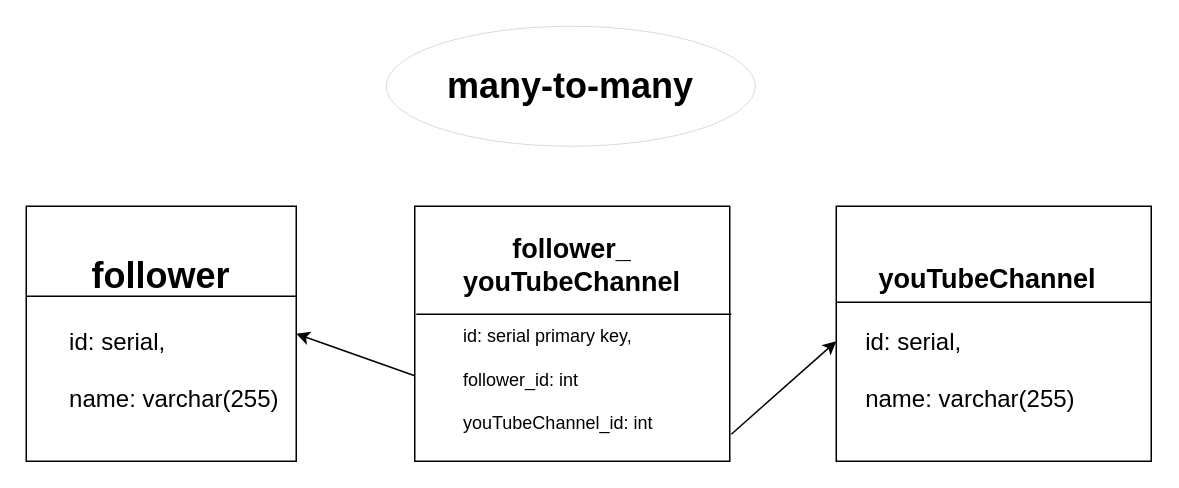
voldomarich/job4j_design keeps this draw.io diagram as data/Untitled Diagram.drawio. Above is the earlier version. Source tidied: cells renumbered, new cells numbered last; positions are measured from the earlier drawing's top-left corner, leaving out a move shared by most shapes. Both pictures are drawn from the tidied source at 150%, with x=0, y=0 at pixel (26, 26).
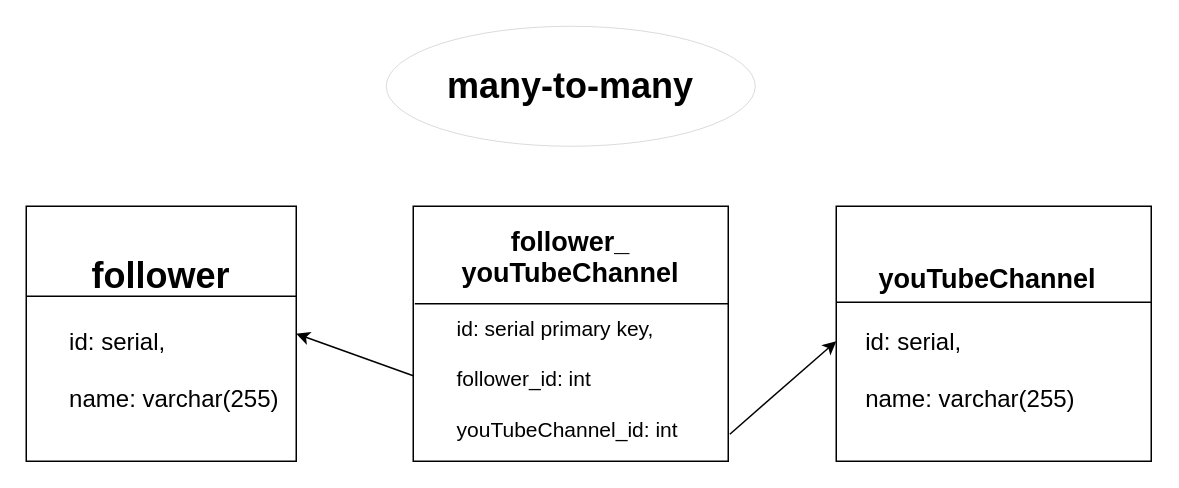
After the change.

The edit, as a diff of the source:
```diff
@@
 <mxGraphModel>
   <root>
     <mxCell id="0" />
     <mxCell id="1" parent="0" />
     <mxCell id="2" value="&lt;div style=&quot;text-align: center;&quot;&gt;&lt;font style=&quot;&quot;&gt;&lt;b style=&quot;&quot;&gt;&lt;span style=&quot;font-size: 24px;&quot;&gt;&amp;nbsp; &amp;nbsp;&amp;nbsp;&lt;/span&gt;&lt;font style=&quot;font-size: 18px;&quot;&gt;youTubeChannel&lt;/font&gt;&lt;/b&gt;&lt;/font&gt;&lt;/div&gt;&lt;div&gt;&lt;font size=&quot;3&quot;&gt;&lt;br&gt;&lt;/font&gt;&lt;/div&gt;&lt;div&gt;&lt;font size=&quot;3&quot;&gt;&amp;nbsp; &amp;nbsp; id: serial,&lt;/font&gt;&lt;/div&gt;&lt;div&gt;&lt;font size=&quot;3&quot;&gt;&lt;br&gt;&lt;/font&gt;&lt;/div&gt;&lt;div&gt;&lt;font size=&quot;3&quot;&gt;&amp;nbsp; &amp;nbsp; name: varchar(255)&lt;/font&gt;&lt;/div&gt;" style="rounded=0;whiteSpace=wrap;html=1;align=left;" parent="1" vertex="1">
       <mxGeometry x="540" y="120" width="210" height="170" as="geometry" />
     </mxCell>
-    <mxCell id="3" value="&lt;div&gt;&lt;b style=&quot;&quot;&gt;&lt;font style=&quot;font-size: 18px;&quot;&gt;follower_&lt;/font&gt;&lt;/b&gt;&lt;/div&gt;&lt;div&gt;&lt;b style=&quot;&quot;&gt;&lt;font style=&quot;font-size: 18px;&quot;&gt;youTubeChannel&lt;/font&gt;&lt;/b&gt;&lt;/div&gt;&lt;div style=&quot;text-align: left;&quot;&gt;&lt;font style=&quot;font-size: 15px;&quot; size=&quot;3&quot;&gt;&amp;nbsp; &amp;nbsp;&amp;nbsp;&lt;/font&gt;&lt;/div&gt;&lt;div style=&quot;text-align: left;&quot;&gt;&lt;font style=&quot;font-size: 12px;&quot;&gt;id: serial primary key,&lt;/font&gt;&lt;/div&gt;&lt;div style=&quot;text-align: left;&quot;&gt;&lt;font style=&quot;font-size: 12px;&quot;&gt;&lt;br&gt;&lt;/font&gt;&lt;/div&gt;&lt;div style=&quot;text-align: left;&quot;&gt;&lt;font style=&quot;font-size: 12px;&quot;&gt;follower_id: int&amp;nbsp;&lt;/font&gt;&lt;/div&gt;&lt;div style=&quot;text-align: left;&quot;&gt;&lt;font style=&quot;font-size: 12px;&quot;&gt;&lt;br&gt;&lt;/font&gt;&lt;/div&gt;&lt;div style=&quot;text-align: left;&quot;&gt;&lt;font style=&quot;font-size: 12px;&quot;&gt;youTubeChannel_id: int&amp;nbsp;&lt;/font&gt;&lt;/div&gt;" style="rounded=0;whiteSpace=wrap;html=1;" parent="1" vertex="1">
-      <mxGeometry x="259" y="120" width="210" height="170" as="geometry" />
+    <mxCell id="3" value="&lt;div&gt;&lt;b style=&quot;&quot;&gt;&lt;font style=&quot;font-size: 18px;&quot;&gt;follower_&lt;/font&gt;&lt;/b&gt;&lt;/div&gt;&lt;div&gt;&lt;b style=&quot;&quot;&gt;&lt;font style=&quot;font-size: 18px;&quot;&gt;youTubeChannel&lt;/font&gt;&lt;/b&gt;&lt;/div&gt;&lt;div style=&quot;text-align: left; font-size: 14px;&quot;&gt;&lt;font style=&quot;font-size: 14px;&quot;&gt;&lt;br&gt;&lt;/font&gt;&lt;/div&gt;&lt;div style=&quot;text-align: left; font-size: 14px;&quot;&gt;&lt;font style=&quot;font-size: 14px;&quot;&gt;id: serial primary key,&lt;/font&gt;&lt;/div&gt;&lt;div style=&quot;text-align: left; font-size: 14px;&quot;&gt;&lt;font style=&quot;font-size: 14px;&quot;&gt;&lt;br&gt;&lt;/font&gt;&lt;/div&gt;&lt;div style=&quot;text-align: left; font-size: 14px;&quot;&gt;&lt;font style=&quot;font-size: 14px;&quot;&gt;follower_id: int&amp;nbsp;&lt;/font&gt;&lt;/div&gt;&lt;div style=&quot;text-align: left; font-size: 14px;&quot;&gt;&lt;font style=&quot;font-size: 14px;&quot;&gt;&lt;br&gt;&lt;/font&gt;&lt;/div&gt;&lt;div style=&quot;text-align: left; font-size: 14px;&quot;&gt;&lt;font style=&quot;font-size: 14px;&quot;&gt;youTubeChannel_id: int&amp;nbsp;&lt;/font&gt;&lt;/div&gt;" style="rounded=0;whiteSpace=wrap;html=1;" parent="1" vertex="1">
+      <mxGeometry x="258" y="120" width="210" height="170" as="geometry" />
     </mxCell>
     <mxCell id="4" value="&lt;div style=&quot;&quot;&gt;&lt;span style=&quot;font-size: 24px;&quot;&gt;&lt;b&gt;follower&lt;/b&gt;&lt;/span&gt;&lt;/div&gt;&lt;div style=&quot;text-align: left;&quot;&gt;&lt;font size=&quot;3&quot;&gt;&lt;br&gt;&lt;/font&gt;&lt;/div&gt;&lt;div style=&quot;text-align: left;&quot;&gt;&lt;font size=&quot;3&quot;&gt;&amp;nbsp; &amp;nbsp; id: serial,&lt;/font&gt;&lt;/div&gt;&lt;div style=&quot;text-align: left;&quot;&gt;&lt;font size=&quot;3&quot;&gt;&lt;br&gt;&lt;/font&gt;&lt;/div&gt;&lt;div style=&quot;text-align: left;&quot;&gt;&lt;font size=&quot;3&quot;&gt;&amp;nbsp; &amp;nbsp; name: varchar(255)&lt;/font&gt;&lt;/div&gt;" style="rounded=0;whiteSpace=wrap;html=1;" parent="1" vertex="1">
       <mxGeometry y="120" width="180" height="170" as="geometry" />
     </mxCell>
     <mxCell id="5" style="endArrow=none;html=1;rounded=0;fontSize=18;entryX=1;entryY=0.353;entryDx=0;entryDy=0;entryPerimeter=0;" parent="1" edge="1" target="4">
       <mxGeometry relative="1" as="geometry">
         <mxPoint y="180" as="sourcePoint" />
         <Array as="points">
           <mxPoint x="50" y="180" />
         </Array>
       </mxGeometry>
     </mxCell>
     <mxCell id="6" style="endArrow=none;html=1;rounded=0;fontSize=18;" parent="1" edge="1">
       <mxGeometry relative="1" as="geometry">
         <mxPoint x="540" y="184" as="sourcePoint" />
         <mxPoint x="750" y="184" as="targetPoint" />
       </mxGeometry>
     </mxCell>
     <mxCell id="7" style="endArrow=classic;html=1;rounded=0;fontSize=18;exitX=0;exitY=0.665;exitDx=0;exitDy=0;exitPerimeter=0;entryX=1;entryY=0.5;entryDx=0;entryDy=0;" parent="1" edge="1" source="3" target="4">
       <mxGeometry relative="1" as="geometry" />
     </mxCell>
     <mxCell id="8" style="endArrow=classic;html=1;rounded=0;fontSize=18;exitX=1.005;exitY=0.894;exitDx=0;exitDy=0;exitPerimeter=0;" parent="1" edge="1" source="3">
       <mxGeometry relative="1" as="geometry">
         <mxPoint x="540" y="210" as="targetPoint" />
       </mxGeometry>
     </mxCell>
-    <mxCell id="9" style="endArrow=none;html=1;rounded=0;fontSize=18;exitX=0.005;exitY=0.424;exitDx=0;exitDy=0;exitPerimeter=0;" parent="1" edge="1" source="3">
-      <mxGeometry relative="1" as="geometry">
-        <mxPoint x="470" y="192" as="targetPoint" />
-      </mxGeometry>
-    </mxCell>
     <mxCell id="10" value="&lt;b style=&quot;font-size: 24px;&quot;&gt;many-to-many&lt;/b&gt;" style="ellipse;whiteSpace=wrap;html=1;strokeWidth=0;" parent="1" vertex="1">
       <mxGeometry x="240" width="246" height="80" as="geometry" />
     </mxCell>
+    <mxCell id="11" style="endArrow=none;html=1;rounded=0;fontSize=14;exitX=0.005;exitY=0.382;exitDx=0;exitDy=0;exitPerimeter=0;entryX=1;entryY=0.382;entryDx=0;entryDy=0;entryPerimeter=0;" parent="1" edge="1" source="3" target="3">
+      <mxGeometry relative="1" as="geometry" />
+    </mxCell>
   </root>
 </mxGraphModel>
```
